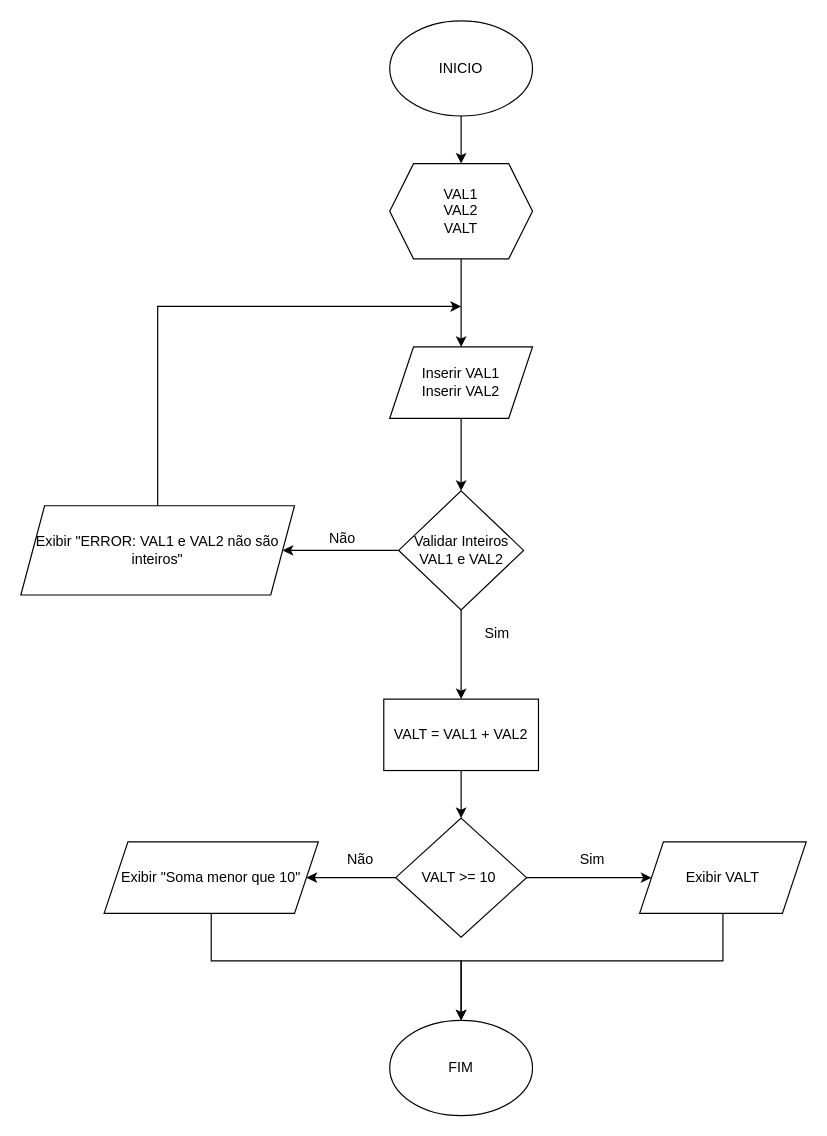
Earlier version of the draw.io diagram Atividades_LP1/Atividade2Questão8.drawio (Hevee06/Projetos_Diagrama.oi). Source tidied: cells renumbered, new cells numbered last; positions are measured from the earlier drawing's top-left corner, leaving out a move shared by most shapes. Both pictures are drawn from the tidied source at 119%, with x=0, y=0 at pixel (20, 20).
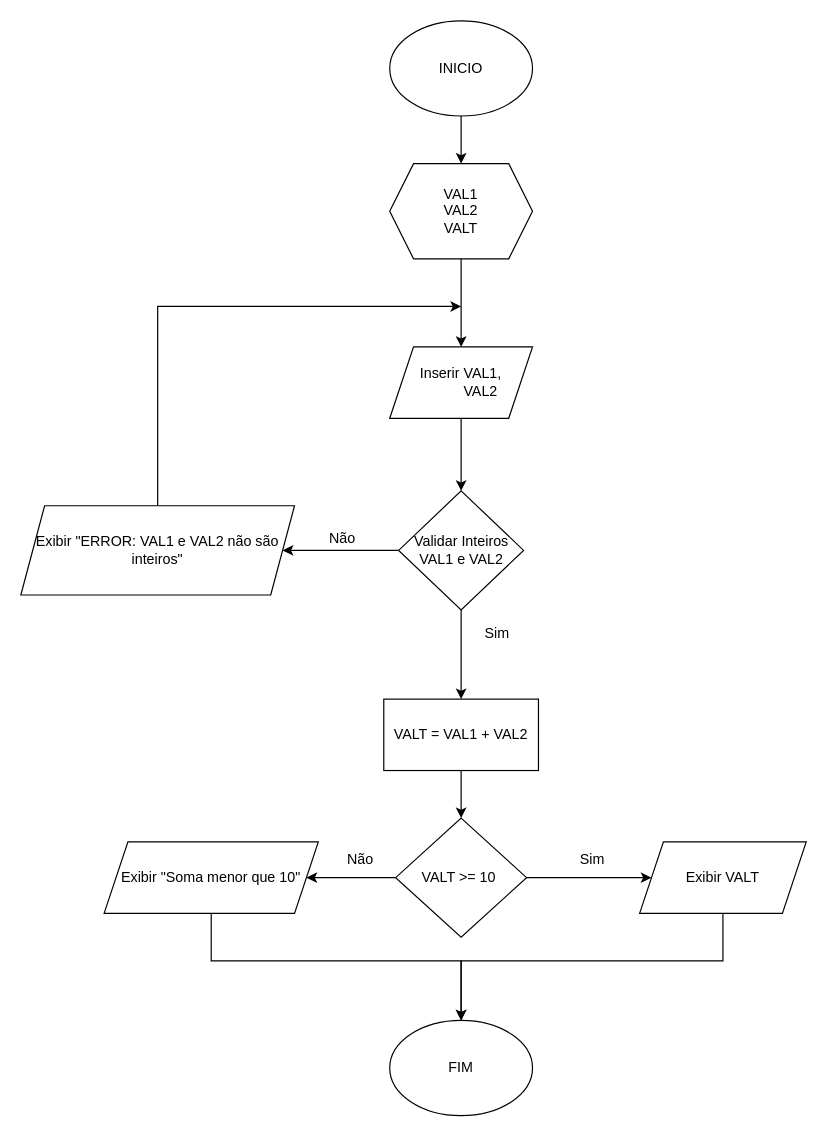
The same page after the edit.

The edit, as a diff of the source:
```diff
@@
-    <mxCell id="7" value="Inserir VAL1&lt;div&gt;Inserir VAL2&lt;/div&gt;" style="shape=parallelogram;perimeter=parallelogramPerimeter;whiteSpace=wrap;html=1;fixedSize=1;" parent="1" vertex="1">
+    <mxCell id="7" value="Inserir VAL1,&lt;div&gt;&amp;nbsp; &amp;nbsp; &amp;nbsp; &amp;nbsp; &amp;nbsp; VAL2&lt;/div&gt;" style="shape=parallelogram;perimeter=parallelogramPerimeter;whiteSpace=wrap;html=1;fixedSize=1;" parent="1" vertex="1">
       <mxGeometry x="310" y="274" width="120" height="60" as="geometry" />
     </mxCell>
```
